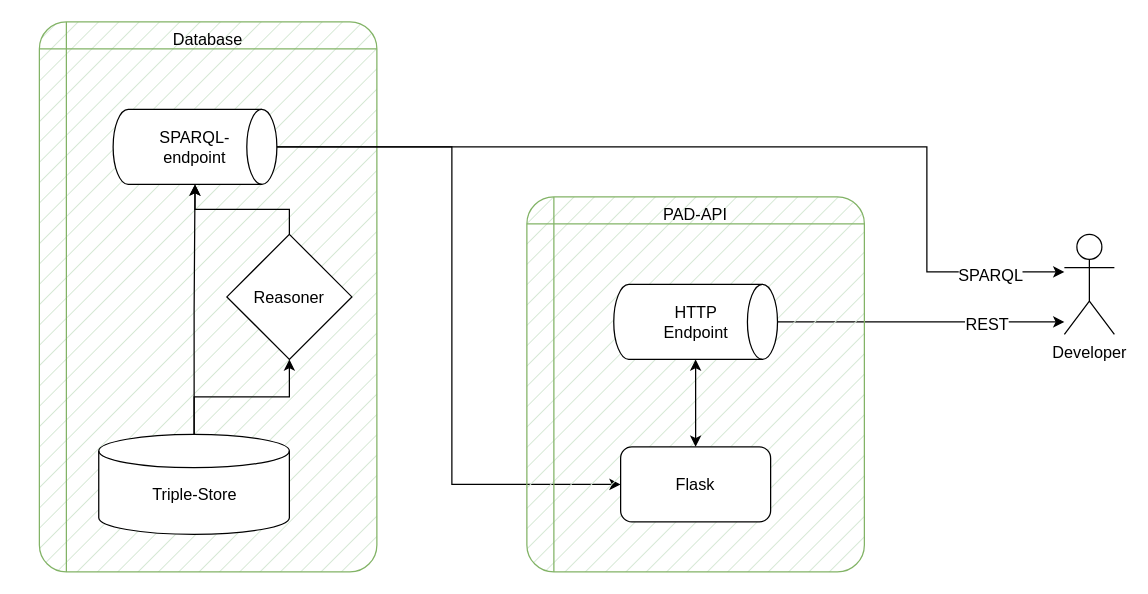
Before: page "PAD_Service" (3 of 3) of docs/job_prototype.drawio in CWTSLeiden/Journal-Observatory-data, a draw.io diagram. Source tidied: cells renumbered, new cells numbered last; positions are measured from the earlier drawing's top-left corner, leaving out a move shared by most shapes. Both pictures are drawn from the tidied source at 125%, with x=0, y=0 at pixel (39, 21).
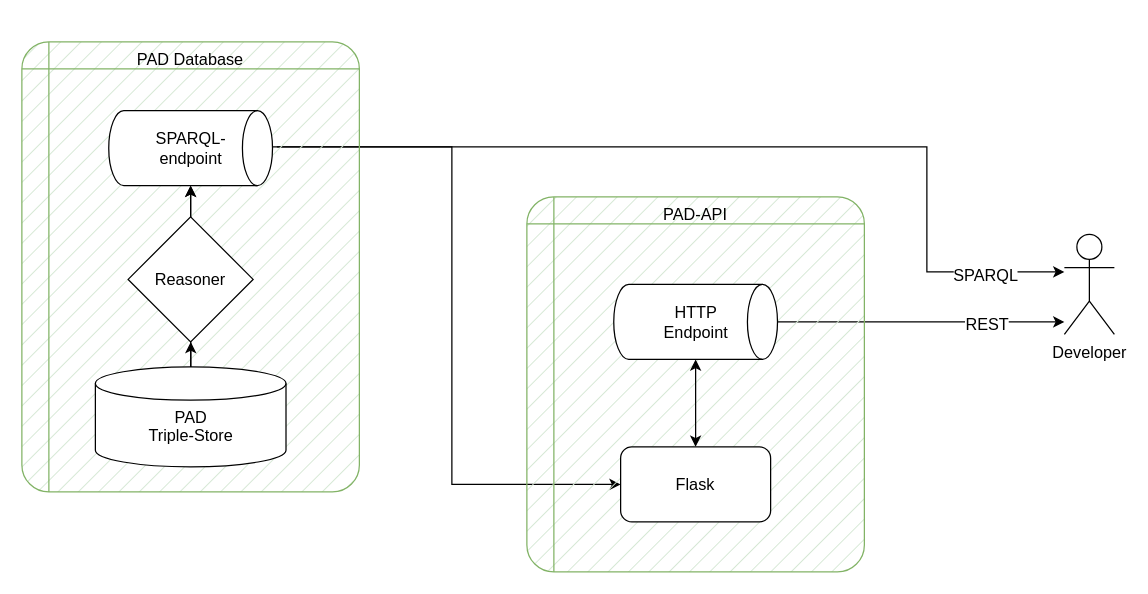
The same diagram, later.

Unchanged cells that the change refers to:
```xml
<mxCell id="13" value="Developer" style="shape=umlActor;verticalLabelPosition=bottom;verticalAlign=top;html=1;outlineConnect=0;fontSize=13;" parent="1" vertex="1">
  <mxGeometry x="820" y="170" width="40" height="80" as="geometry" />
</mxCell>
<mxCell id="20" value="Flask" style="rounded=1;whiteSpace=wrap;html=1;fillStyle=auto;fontFamily=Helvetica;fontSize=13;strokeWidth=1;fontStyle=0;" parent="16" vertex="1">
  <mxGeometry x="75" y="200" width="120" height="60" as="geometry" />
</mxCell>
```

The edit, as a diff of the source:
```diff
@@
-    <mxCell id="2" style="group;fontSize=13;fontStyle=0;" parent="1" vertex="1">
-      <mxGeometry width="270" height="440" as="geometry" />
-    </mxCell>
-    <mxCell id="3" value="&lt;div style=&quot;font-size: 13px;&quot;&gt;&lt;span style=&quot;background-color: initial; font-size: 13px;&quot;&gt;Database&lt;/span&gt;&lt;/div&gt;" style="shape=internalStorage;whiteSpace=wrap;html=1;dx=15;dy=15;rounded=1;arcSize=8;strokeWidth=1;fontFamily=Helvetica;fontSize=13;align=center;verticalAlign=top;fillColor=#d5e8d4;fillStyle=hatch;strokeColor=#82b366;fontStyle=0;" parent="2" vertex="1">
-      <mxGeometry width="270" height="440" as="geometry" />
-    </mxCell>
-    <mxCell id="4" value="&lt;br style=&quot;font-size: 13px;&quot;&gt;Triple-Store" style="strokeWidth=1;html=1;shape=mxgraph.flowchart.database;whiteSpace=wrap;fontFamily=Helvetica;fontSize=13;fontStyle=0;" parent="2" vertex="1">
-      <mxGeometry x="47.5" y="330" width="152.5" height="80" as="geometry" />
-    </mxCell>
-    <mxCell id="5" value="SPARQL-&lt;br style=&quot;font-size: 13px;&quot;&gt;endpoint" style="strokeWidth=1;html=1;shape=mxgraph.flowchart.direct_data;whiteSpace=wrap;fontFamily=Helvetica;fontSize=13;fillColor=default;fontStyle=0;" parent="2" vertex="1">
-      <mxGeometry x="59" y="70" width="131" height="60" as="geometry" />
-    </mxCell>
-    <mxCell id="6" style="edgeStyle=orthogonalEdgeStyle;rounded=0;jettySize=auto;html=1;fontFamily=Helvetica;fontSize=13;fontStyle=0;" parent="2" edge="1" source="4" target="5">
-      <mxGeometry relative="1" as="geometry" />
-    </mxCell>
-    <mxCell id="7" style="rounded=0;jettySize=auto;html=1;fontFamily=Helvetica;fontSize=13;edgeStyle=orthogonalEdgeStyle;fontStyle=0;" parent="2" edge="1" source="8" target="5">
-      <mxGeometry relative="1" as="geometry" />
-    </mxCell>
-    <mxCell id="8" value="Reasoner" style="strokeWidth=1;html=1;shape=mxgraph.flowchart.decision;whiteSpace=wrap;fillStyle=auto;fontFamily=Helvetica;fontSize=13;fontStyle=0;" parent="2" vertex="1">
-      <mxGeometry x="150" y="170" width="100" height="100" as="geometry" />
-    </mxCell>
-    <mxCell id="9" style="rounded=0;jettySize=auto;html=1;fontFamily=Helvetica;fontSize=13;edgeStyle=orthogonalEdgeStyle;fontStyle=0;" parent="2" edge="1" source="4" target="8">
-      <mxGeometry relative="1" as="geometry" />
-    </mxCell>
@@
-    <mxCell id="12" style="edgeStyle=orthogonalEdgeStyle;rounded=0;jettySize=auto;html=1;fontFamily=Helvetica;fontSize=13;fontStyle=0;" parent="1" edge="1" source="5" target="20">
+    <mxCell id="12" style="edgeStyle=orthogonalEdgeStyle;rounded=0;jettySize=auto;html=1;fontFamily=Helvetica;fontSize=13;fontStyle=0;" parent="1" edge="1" target="20">
       <mxGeometry relative="1" as="geometry">
+        <mxPoint x="190" y="100" as="sourcePoint" />
         <Array as="points">
           <mxPoint x="330" y="100" />
           <mxPoint x="330" y="370" />
         </Array>
       </mxGeometry>
     </mxCell>
@@
-    <mxCell id="14" style="edgeStyle=orthogonalEdgeStyle;rounded=0;jettySize=auto;html=1;fontFamily=Helvetica;fontSize=13;fontStyle=0;" parent="1" edge="1" source="5" target="13">
+    <mxCell id="14" style="edgeStyle=orthogonalEdgeStyle;rounded=0;jettySize=auto;html=1;fontFamily=Helvetica;fontSize=13;fontStyle=0;exitX=1;exitY=0.5;exitDx=0;exitDy=0;exitPerimeter=0;" parent="1" edge="1" source="5" target="13">
       <mxGeometry relative="1" as="geometry">
         <Array as="points">
+          <mxPoint x="162" y="101" />
+          <mxPoint x="162" y="100" />
           <mxPoint x="710" y="100" />
           <mxPoint x="710" y="200" />
         </Array>
       </mxGeometry>
     </mxCell>
@@
+    <mxCell id="21" style="group;fontSize=13;fontStyle=0;" parent="1" vertex="1">
+      <mxGeometry x="-14" y="16" width="270" height="360" as="geometry" />
+    </mxCell>
+    <mxCell id="22" value="&lt;div style=&quot;font-size: 13px;&quot;&gt;&lt;span style=&quot;background-color: initial; font-size: 13px;&quot;&gt;PAD Database&lt;/span&gt;&lt;/div&gt;" style="shape=internalStorage;whiteSpace=wrap;html=1;dx=15;dy=15;rounded=1;arcSize=8;strokeWidth=1;fontFamily=Helvetica;fontSize=13;align=center;verticalAlign=top;fillColor=#d5e8d4;fillStyle=hatch;strokeColor=#82b366;fontStyle=0;" parent="21" vertex="1">
+      <mxGeometry width="270" height="360" as="geometry" />
+    </mxCell>
+    <mxCell id="23" value="&lt;br&gt;PAD&lt;br style=&quot;font-size: 13px;&quot;&gt;Triple-Store" style="strokeWidth=1;html=1;shape=mxgraph.flowchart.database;whiteSpace=wrap;fontFamily=Helvetica;fontSize=13;fontStyle=0;" parent="21" vertex="1">
+      <mxGeometry x="58.8" y="260" width="152.5" height="80" as="geometry" />
+    </mxCell>
+    <mxCell id="5" value="SPARQL-&lt;br style=&quot;font-size: 13px;&quot;&gt;endpoint" style="strokeWidth=1;html=1;shape=mxgraph.flowchart.direct_data;whiteSpace=wrap;fontFamily=Helvetica;fontSize=13;fillColor=default;fontStyle=0;" parent="21" vertex="1">
+      <mxGeometry x="69.5" y="55" width="131" height="60" as="geometry" />
+    </mxCell>
+    <mxCell id="24" style="edgeStyle=orthogonalEdgeStyle;rounded=0;jettySize=auto;html=1;fontFamily=Helvetica;fontSize=13;fontStyle=0;" parent="21" edge="1" source="23" target="5">
+      <mxGeometry relative="1" as="geometry" />
+    </mxCell>
+    <mxCell id="7" style="rounded=0;jettySize=auto;html=1;fontFamily=Helvetica;fontSize=13;edgeStyle=orthogonalEdgeStyle;fontStyle=0;" parent="21" edge="1" source="8" target="5">
+      <mxGeometry relative="1" as="geometry" />
+    </mxCell>
+    <mxCell id="8" value="Reasoner" style="strokeWidth=1;html=1;shape=mxgraph.flowchart.decision;whiteSpace=wrap;fillStyle=auto;fontFamily=Helvetica;fontSize=13;fontStyle=0;" parent="21" vertex="1">
+      <mxGeometry x="85" y="140" width="100" height="100" as="geometry" />
+    </mxCell>
+    <mxCell id="25" style="rounded=0;jettySize=auto;html=1;fontFamily=Helvetica;fontSize=13;edgeStyle=orthogonalEdgeStyle;fontStyle=0;" parent="21" edge="1" source="23" target="8">
+      <mxGeometry relative="1" as="geometry" />
+    </mxCell>
```
